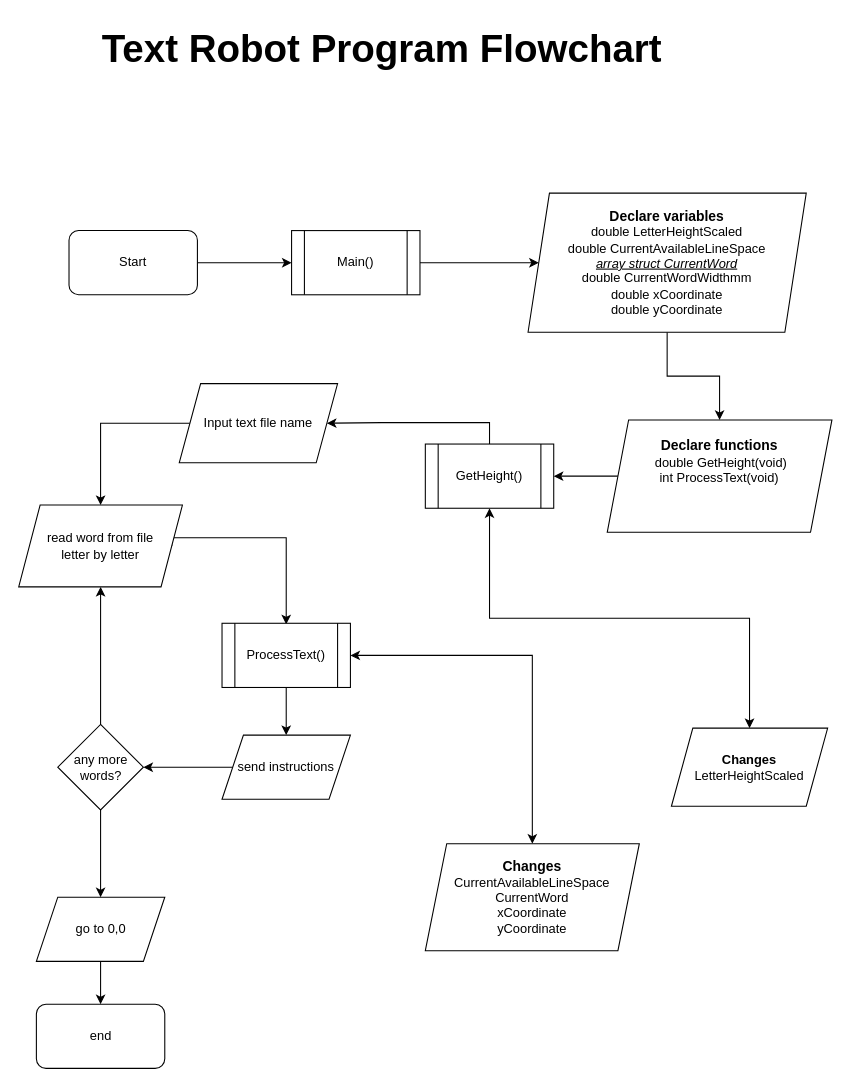
The draw.io diagram page "Page-1" (1 of 2) of TextRobotFlowchart.drawio in hanifadelekan/TextRobotPlanning, before the edit. Source tidied: cells renumbered, new cells numbered last; positions are measured from the earlier drawing's top-left corner, leaving out a move shared by most shapes. Both pictures are drawn from the tidied source at 107%, with x=0, y=0 at pixel (18, 18).
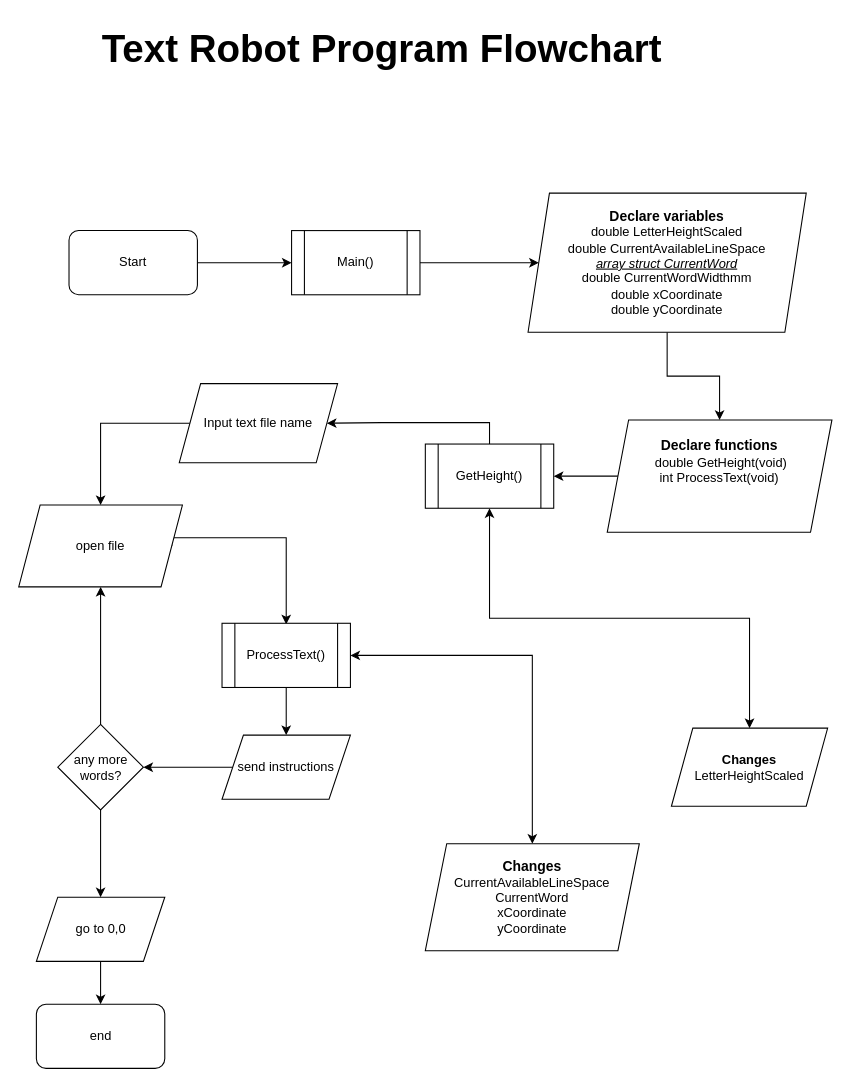
After the change.

Diff of the diagram source:
```diff
@@
-    <mxCell id="25" value="read word from file&lt;div&gt;letter by letter&lt;/div&gt;" style="shape=parallelogram;perimeter=parallelogramPerimeter;whiteSpace=wrap;html=1;fixedSize=1;" parent="1" vertex="1">
+    <mxCell id="25" value="open file" style="shape=parallelogram;perimeter=parallelogramPerimeter;whiteSpace=wrap;html=1;fixedSize=1;" parent="1" vertex="1">
       <mxGeometry y="454.5" width="153" height="76.5" as="geometry" />
     </mxCell>
```
